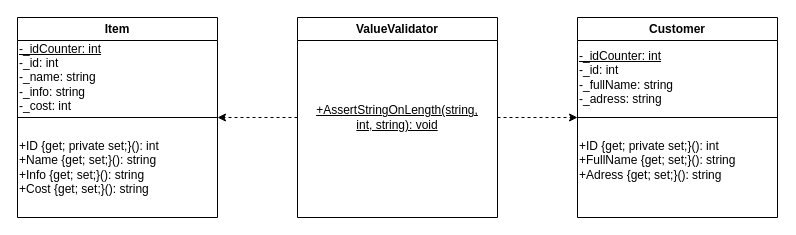
This is doc/ObjectOrientedPractics/Practics1.drawio from elektron228/Programming, a draw.io file, before an edit. Source tidied: cells renumbered, new cells numbered last; positions are measured from the earlier drawing's top-left corner, leaving out a move shared by most shapes. Both pictures are drawn from the tidied source at 100%, with x=0, y=0 at pixel (17, 17).
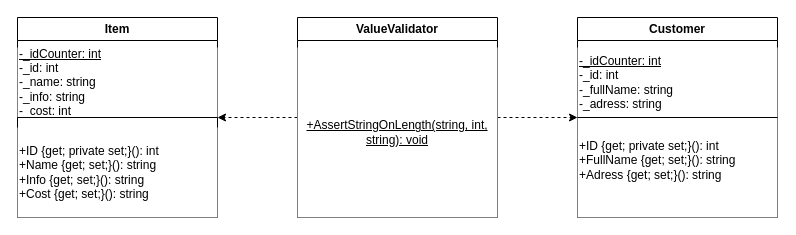
After the change.

What changed in the source:
```diff
@@
 <mxGraphModel>
   <root>
     <mxCell id="0" />
     <mxCell id="1" parent="0" />
     <mxCell id="2" style="edgeStyle=orthogonalEdgeStyle;rounded=0;jettySize=auto;html=1;entryX=0;entryY=0.5;entryDx=0;entryDy=0;dashed=1;" parent="1" edge="1" source="4" target="10">
       <mxGeometry relative="1" as="geometry" />
     </mxCell>
     <mxCell id="3" style="edgeStyle=orthogonalEdgeStyle;rounded=0;jettySize=auto;html=1;exitX=0;exitY=0.5;exitDx=0;exitDy=0;dashed=1;" parent="1" edge="1" source="4">
       <mxGeometry relative="1" as="geometry">
         <mxPoint x="200" y="100" as="targetPoint" />
       </mxGeometry>
     </mxCell>
     <mxCell id="4" value="ValueValidator" style="swimlane;whiteSpace=wrap;html=1;" parent="1" vertex="1">
       <mxGeometry x="280" width="200" height="200" as="geometry" />
     </mxCell>
-    <mxCell id="5" value="+AssertStringOnLength(string, int, string): void" style="text;html=1;align=center;verticalAlign=middle;whiteSpace=wrap;rounded=0;fontStyle=4;" parent="4" vertex="1">
-      <mxGeometry x="10" y="85" width="180" height="30" as="geometry" />
+    <mxCell id="5" value="+AssertStringOnLength(string, int, string): void" style="text;html=1;align=center;verticalAlign=middle;whiteSpace=wrap;rounded=0;fontStyle=4;fillColor=default;" parent="4" vertex="1">
+      <mxGeometry y="30" width="200" height="170" as="geometry" />
     </mxCell>
     <mxCell id="6" value="Item" style="swimlane;whiteSpace=wrap;html=1;" parent="1" vertex="1">
       <mxGeometry width="200" height="200" as="geometry" />
     </mxCell>
-    <mxCell id="7" value="&lt;u&gt;-_idCounter: int&lt;/u&gt;&lt;div&gt;-_id: int&lt;/div&gt;&lt;div&gt;-_name: string&lt;/div&gt;&lt;div&gt;-_info: string&lt;/div&gt;&lt;div&gt;-_cost: int&lt;/div&gt;" style="text;html=1;align=left;verticalAlign=middle;whiteSpace=wrap;rounded=0;" parent="6" vertex="1">
-      <mxGeometry y="20" width="200" height="80" as="geometry" />
+    <mxCell id="7" value="&lt;u&gt;-_idCounter: int&lt;/u&gt;&lt;div&gt;-_id: int&lt;/div&gt;&lt;div&gt;-_name: string&lt;/div&gt;&lt;div&gt;-_info: string&lt;/div&gt;&lt;div&gt;-_cost: int&lt;/div&gt;" style="text;html=1;align=left;verticalAlign=middle;whiteSpace=wrap;rounded=0;fillColor=default;" parent="6" vertex="1">
+      <mxGeometry y="30" width="200" height="70" as="geometry" />
     </mxCell>
-    <mxCell id="8" value="+ID {get; private set;}(): int&lt;div&gt;+Name {get; set;}(): string&lt;/div&gt;&lt;div&gt;+Info {get; set;}(): string&lt;/div&gt;&lt;div&gt;+Cost {get; set;}(): string&lt;/div&gt;" style="text;html=1;align=left;verticalAlign=middle;whiteSpace=wrap;rounded=0;" parent="6" vertex="1">
-      <mxGeometry y="110" width="200" height="80" as="geometry" />
+    <mxCell id="8" value="+ID {get; private set;}(): int&lt;div&gt;+Name {get; set;}(): string&lt;/div&gt;&lt;div&gt;+Info {get; set;}(): string&lt;/div&gt;&lt;div&gt;+Cost {get; set;}(): string&lt;/div&gt;" style="text;html=1;align=left;verticalAlign=middle;whiteSpace=wrap;rounded=0;fillColor=default;" parent="6" vertex="1">
+      <mxGeometry y="110" width="200" height="90" as="geometry" />
     </mxCell>
     <mxCell id="9" style="endArrow=none;html=1;rounded=0;exitX=0;exitY=0.5;exitDx=0;exitDy=0;entryX=1;entryY=0.5;entryDx=0;entryDy=0;" parent="1" edge="1" source="6" target="6">
       <mxGeometry relative="1" as="geometry" />
     </mxCell>
-    <mxCell id="10" value="Customer" style="swimlane;whiteSpace=wrap;html=1;" parent="1" vertex="1">
+    <mxCell id="10" value="Customer" style="swimlane;whiteSpace=wrap;html=1;fillColor=default;" parent="1" vertex="1">
       <mxGeometry x="560" width="200" height="200" as="geometry" />
     </mxCell>
-    <mxCell id="11" value="&lt;u&gt;-_idCounter: int&lt;/u&gt;&lt;div&gt;-_id: int&lt;/div&gt;&lt;div&gt;-_fullName: string&lt;/div&gt;&lt;div&gt;-_adress: string&lt;/div&gt;" style="text;html=1;align=left;verticalAlign=middle;whiteSpace=wrap;rounded=0;" parent="10" vertex="1">
-      <mxGeometry y="20" width="200" height="80" as="geometry" />
+    <mxCell id="11" value="&lt;u&gt;-_idCounter: int&lt;/u&gt;&lt;div&gt;-_id: int&lt;/div&gt;&lt;div&gt;-_fullName: string&lt;/div&gt;&lt;div&gt;-_adress: string&lt;/div&gt;" style="text;html=1;align=left;verticalAlign=middle;whiteSpace=wrap;rounded=0;fillColor=default;" parent="10" vertex="1">
+      <mxGeometry y="30" width="200" height="70" as="geometry" />
     </mxCell>
-    <mxCell id="12" value="+ID {get; private set;}(): int&lt;div&gt;+FullName {get; set;}(): string&lt;/div&gt;&lt;div&gt;+Adress {get; set;}(): string&lt;/div&gt;&lt;div&gt;&lt;br&gt;&lt;/div&gt;" style="text;html=1;align=left;verticalAlign=middle;whiteSpace=wrap;rounded=0;" parent="10" vertex="1">
-      <mxGeometry y="110" width="200" height="80" as="geometry" />
+    <mxCell id="12" value="+ID {get; private set;}(): int&lt;div&gt;+FullName {get; set;}(): string&lt;/div&gt;&lt;div&gt;+Adress {get; set;}(): string&lt;/div&gt;&lt;div&gt;&lt;br&gt;&lt;/div&gt;" style="text;html=1;align=left;verticalAlign=middle;whiteSpace=wrap;rounded=0;fillColor=default;" parent="10" vertex="1">
+      <mxGeometry y="100" width="200" height="100" as="geometry" />
     </mxCell>
     <mxCell id="13" style="endArrow=none;html=1;rounded=0;exitX=0;exitY=0.5;exitDx=0;exitDy=0;entryX=1;entryY=0.5;entryDx=0;entryDy=0;" parent="1" edge="1" source="10" target="10">
       <mxGeometry relative="1" as="geometry" />
     </mxCell>
   </root>
 </mxGraphModel>
```
